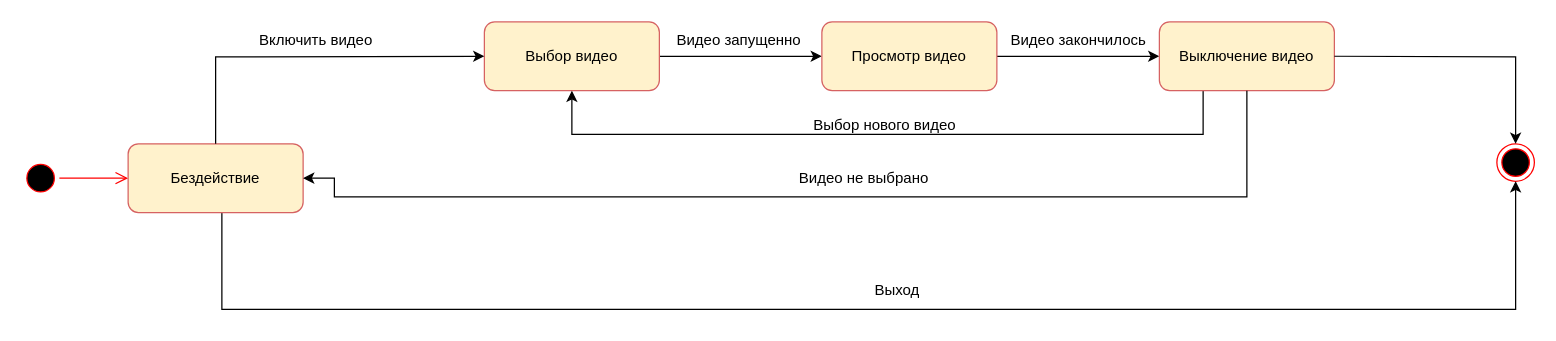
Earlier version of the draw.io diagram Диаграмма состояний.drawio (dimafominykh/univer-). Source tidied: cells renumbered, new cells numbered last; positions are measured from the earlier drawing's top-left corner, leaving out a move shared by most shapes. Both pictures are drawn from the tidied source at 125%, with x=0, y=0 at pixel (21, 21).
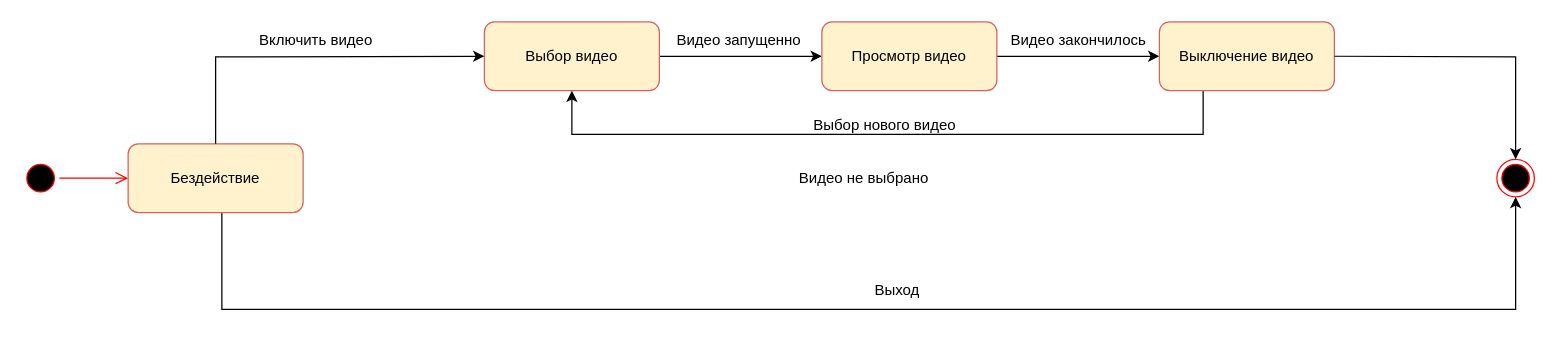
The same diagram, later.

The change refers to these unchanged cells:
```xml
<mxCell id="6" value="Бездействие" style="rounded=1;whiteSpace=wrap;html=1;fillColor=#fff2cc;strokeColor=#D66262;" parent="1" vertex="1">
  <mxGeometry x="85" y="97.5" width="140" height="55" as="geometry" />
</mxCell>
<mxCell id="12" value="Выключение видео" style="rounded=1;whiteSpace=wrap;html=1;fillColor=#fff2cc;strokeColor=#D66262;" parent="1" vertex="1">
  <mxGeometry x="910" width="140" height="55" as="geometry" />
</mxCell>
```

The edit, as a diff of the source:
```diff
@@
     <mxCell id="2" style="ellipse;html=1;shape=endState;fillColor=#000000;strokeColor=#ff0000;" parent="1" vertex="1">
-      <mxGeometry x="1180" y="97.5" width="30" height="30" as="geometry" />
+      <mxGeometry x="1180" y="110" width="30" height="30" as="geometry" />
     </mxCell>
@@
-    <mxCell id="19" style="edgeStyle=orthogonalEdgeStyle;rounded=0;jettySize=auto;html=1;exitX=0.5;exitY=1;exitDx=0;exitDy=0;entryX=1;entryY=0.5;entryDx=0;entryDy=0;" parent="1" edge="1" source="12" target="6">
-      <mxGeometry relative="1" as="geometry">
-        <Array as="points">
-          <mxPoint x="980" y="140" />
-          <mxPoint x="250" y="140" />
-          <mxPoint x="250" y="125" />
-        </Array>
-      </mxGeometry>
-    </mxCell>
```
